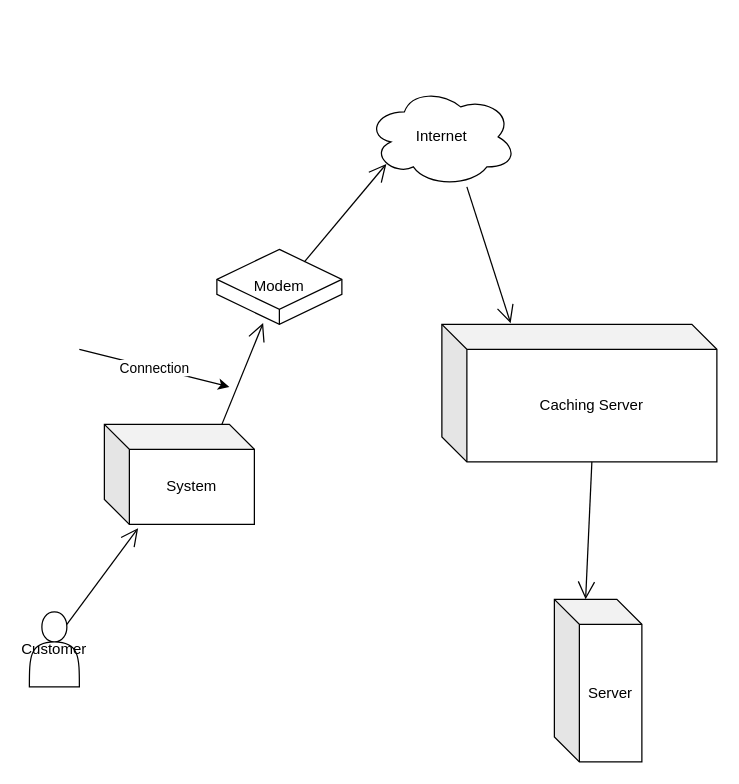
Before: دیاگرام استقرار.drawio in Saeed-hajizade/Software-Engineering-Project, a draw.io diagram. Source tidied: cells renumbered, new cells numbered last; positions are measured from the earlier drawing's top-left corner, leaving out a move shared by most shapes. Both pictures are drawn from the tidied source at 125%, with x=0, y=0 at pixel (29, 86).
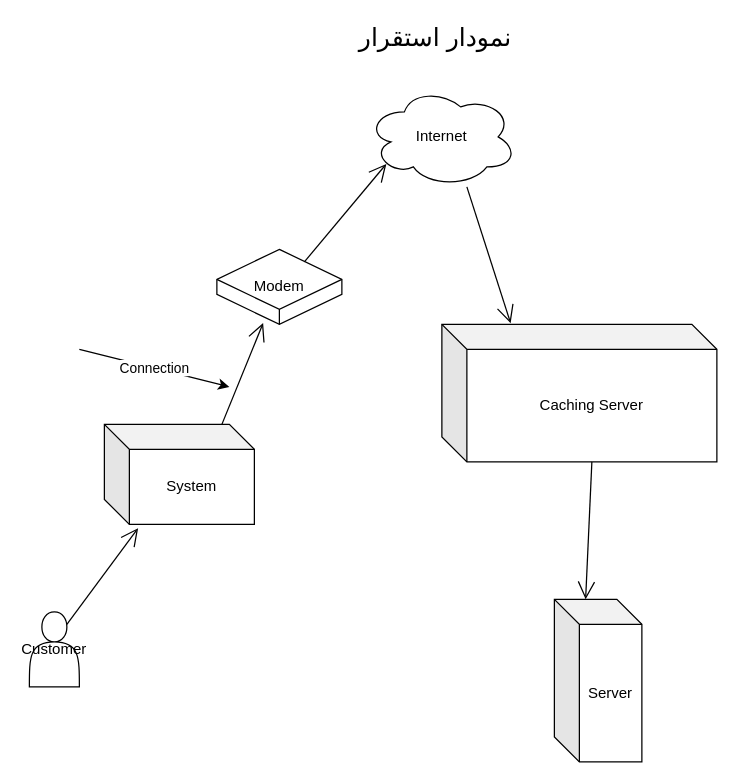
The same page after the edit.

The edit, as a diff of the source:
```diff
@@
 <mxGraphModel>
   <root>
     <mxCell id="0" />
     <mxCell id="1" parent="0" />
     <mxCell id="2" value="Internet" style="ellipse;shape=cloud;whiteSpace=wrap;html=1;" parent="1" vertex="1">
       <mxGeometry x="270" width="120" height="80" as="geometry" />
     </mxCell>
     <mxCell id="3" value="Customer" style="shape=actor;whiteSpace=wrap;html=1;" parent="1" vertex="1">
       <mxGeometry y="420" width="40" height="60" as="geometry" />
     </mxCell>
     <mxCell id="4" value="Modem" style="whiteSpace=wrap;html=1;shape=mxgraph.basic.isocube;isoAngle=15;" parent="1" vertex="1">
       <mxGeometry x="150" y="130" width="100" height="60" as="geometry" />
     </mxCell>
     <mxCell id="5" value="System" style="shape=cube;whiteSpace=wrap;html=1;boundedLbl=1;backgroundOutline=1;darkOpacity=0.05;darkOpacity2=0.1;" parent="1" vertex="1">
       <mxGeometry x="60" y="270" width="120" height="80" as="geometry" />
     </mxCell>
     <mxCell id="6" value="Server" style="shape=cube;whiteSpace=wrap;html=1;boundedLbl=1;backgroundOutline=1;darkOpacity=0.05;darkOpacity2=0.1;" parent="1" vertex="1">
       <mxGeometry x="420" y="410" width="70" height="130" as="geometry" />
     </mxCell>
     <mxCell id="7" value="Caching Server" style="shape=cube;whiteSpace=wrap;html=1;boundedLbl=1;backgroundOutline=1;darkOpacity=0.05;darkOpacity2=0.1;" parent="1" vertex="1">
       <mxGeometry x="330" y="190" width="220" height="110" as="geometry" />
     </mxCell>
     <mxCell id="8" style="endArrow=open;endFill=1;endSize=12;html=1;entryX=0.225;entryY=1.038;entryDx=0;entryDy=0;entryPerimeter=0;" parent="1" edge="1" target="5">
       <mxGeometry relative="1" as="geometry">
         <mxPoint x="30" y="430" as="sourcePoint" />
       </mxGeometry>
     </mxCell>
     <mxCell id="9" style="endArrow=open;endFill=1;endSize=12;html=1;entryX=0.37;entryY=0.983;entryDx=0;entryDy=0;entryPerimeter=0;" parent="1" edge="1" target="4">
       <mxGeometry relative="1" as="geometry">
         <mxPoint x="154" y="270" as="sourcePoint" />
       </mxGeometry>
     </mxCell>
     <mxCell id="10" value="Connection" style="endArrow=classic;html=1;" parent="1" edge="1">
       <mxGeometry relative="1" as="geometry">
         <mxPoint x="40" y="210" as="sourcePoint" />
         <mxPoint x="160" y="240" as="targetPoint" />
       </mxGeometry>
     </mxCell>
     <mxCell id="11" style="endArrow=open;endFill=1;endSize=12;html=1;entryX=0.13;entryY=0.77;entryDx=0;entryDy=0;entryPerimeter=0;" parent="1" edge="1" target="2">
       <mxGeometry relative="1" as="geometry">
         <mxPoint x="220" y="140" as="sourcePoint" />
       </mxGeometry>
     </mxCell>
     <mxCell id="12" style="endArrow=open;endFill=1;endSize=12;html=1;entryX=0.25;entryY=-0.009;entryDx=0;entryDy=0;entryPerimeter=0;" parent="1" edge="1" target="7">
       <mxGeometry relative="1" as="geometry">
         <mxPoint x="350" y="80" as="sourcePoint" />
       </mxGeometry>
     </mxCell>
     <mxCell id="13" style="endArrow=open;endFill=1;endSize=12;html=1;entryX=0;entryY=0;entryDx=25;entryDy=0;entryPerimeter=0;" parent="1" edge="1" target="6">
       <mxGeometry relative="1" as="geometry">
         <mxPoint x="450" y="300" as="sourcePoint" />
       </mxGeometry>
     </mxCell>
+    <mxCell id="14" value="نمودار استقرار" style="text;html=1;strokeColor=none;fillColor=none;align=center;verticalAlign=middle;whiteSpace=wrap;rounded=0;fontSize=20;" parent="1" vertex="1">
+      <mxGeometry x="190" y="-50" width="270" height="20" as="geometry" />
+    </mxCell>
   </root>
 </mxGraphModel>
```
